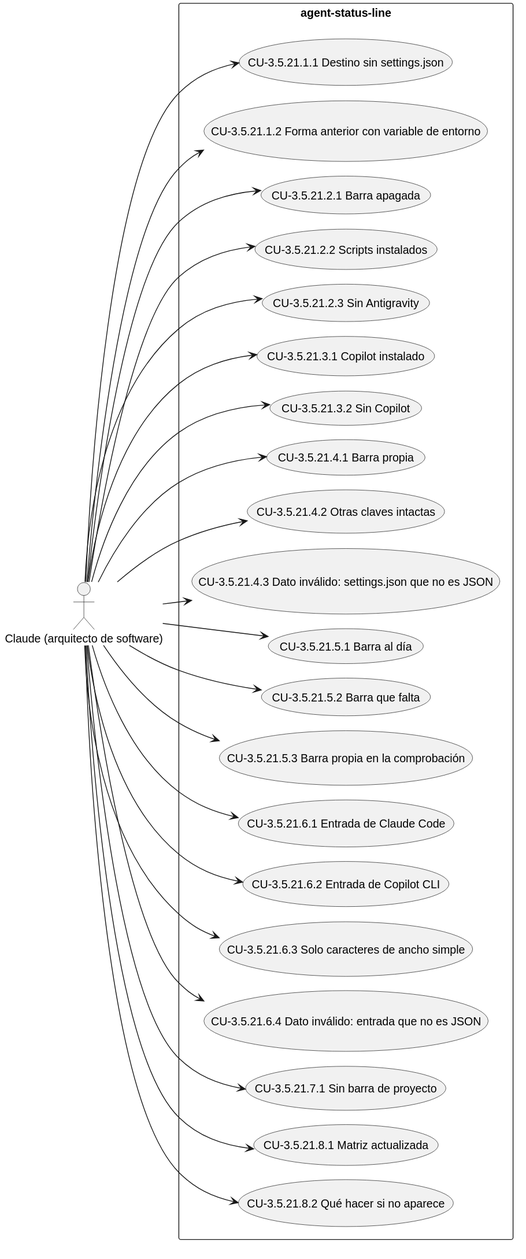
Earlier version of the PlantUML export docs/diagramas/CAP-3.5.21.svg (Lautaro-Montecchiani/sdd-global-config). Its diagram source:
```plantuml
@startuml
!pragma layout smetana
left to right direction
actor "Claude (arquitecto de software)" as A1
rectangle "agent-status-line" {
  usecase "CU-3.5.21.1.1 Destino sin settings.json" as UC_3_5_21_1_1
  usecase "CU-3.5.21.1.2 Forma anterior con variable de entorno" as UC_3_5_21_1_2
  usecase "CU-3.5.21.2.1 Barra apagada" as UC_3_5_21_2_1
  usecase "CU-3.5.21.2.2 Scripts instalados" as UC_3_5_21_2_2
  usecase "CU-3.5.21.2.3 Sin Antigravity" as UC_3_5_21_2_3
  usecase "CU-3.5.21.3.1 Copilot instalado" as UC_3_5_21_3_1
  usecase "CU-3.5.21.3.2 Sin Copilot" as UC_3_5_21_3_2
  usecase "CU-3.5.21.4.1 Barra propia" as UC_3_5_21_4_1
  usecase "CU-3.5.21.4.2 Otras claves intactas" as UC_3_5_21_4_2
  usecase "CU-3.5.21.4.3 Dato inválido: settings.json que no es JSON" as UC_3_5_21_4_3
  usecase "CU-3.5.21.5.1 Barra al día" as UC_3_5_21_5_1
  usecase "CU-3.5.21.5.2 Barra que falta" as UC_3_5_21_5_2
  usecase "CU-3.5.21.5.3 Barra propia en la comprobación" as UC_3_5_21_5_3
  usecase "CU-3.5.21.6.1 Entrada de Claude Code" as UC_3_5_21_6_1
  usecase "CU-3.5.21.6.2 Entrada de Copilot CLI" as UC_3_5_21_6_2
  usecase "CU-3.5.21.6.3 Solo caracteres de ancho simple" as UC_3_5_21_6_3
  usecase "CU-3.5.21.6.4 Dato inválido: entrada que no es JSON" as UC_3_5_21_6_4
  usecase "CU-3.5.21.7.1 Sin barra de proyecto" as UC_3_5_21_7_1
  usecase "CU-3.5.21.8.1 Matriz actualizada" as UC_3_5_21_8_1
  usecase "CU-3.5.21.8.2 Qué hacer si no aparece" as UC_3_5_21_8_2
}
A1 --> UC_3_5_21_1_1
A1 --> UC_3_5_21_1_2
A1 --> UC_3_5_21_2_1
A1 --> UC_3_5_21_2_2
A1 --> UC_3_5_21_2_3
A1 --> UC_3_5_21_3_1
A1 --> UC_3_5_21_3_2
A1 --> UC_3_5_21_4_1
A1 --> UC_3_5_21_4_2
A1 --> UC_3_5_21_4_3
A1 --> UC_3_5_21_5_1
A1 --> UC_3_5_21_5_2
A1 --> UC_3_5_21_5_3
A1 --> UC_3_5_21_6_1
A1 --> UC_3_5_21_6_2
A1 --> UC_3_5_21_6_3
A1 --> UC_3_5_21_6_4
A1 --> UC_3_5_21_7_1
A1 --> UC_3_5_21_8_1
A1 --> UC_3_5_21_8_2
@enduml
```
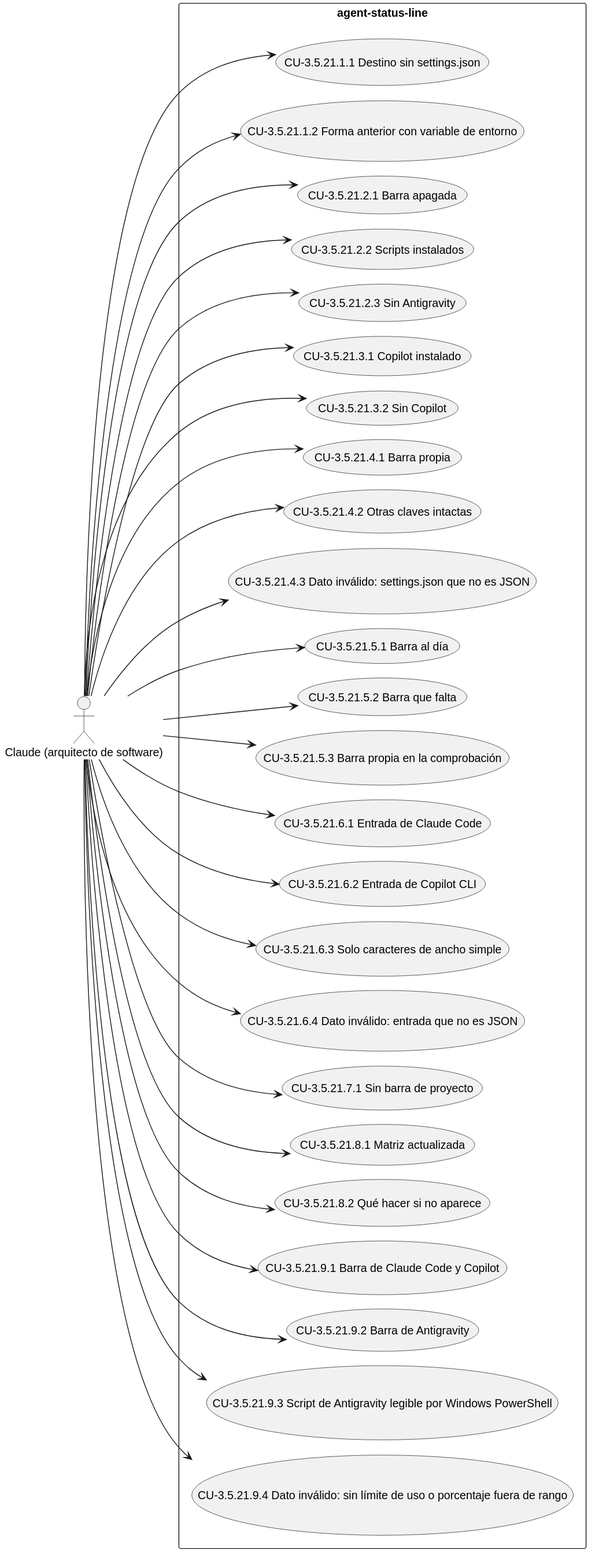
After the change.

Change to the diagram source:
```diff
@@ -23,6 +23,10 @@
   usecase "CU-3.5.21.7.1 Sin barra de proyecto" as UC_3_5_21_7_1
   usecase "CU-3.5.21.8.1 Matriz actualizada" as UC_3_5_21_8_1
   usecase "CU-3.5.21.8.2 Qué hacer si no aparece" as UC_3_5_21_8_2
+  usecase "CU-3.5.21.9.1 Barra de Claude Code y Copilot" as UC_3_5_21_9_1
+  usecase "CU-3.5.21.9.2 Barra de Antigravity" as UC_3_5_21_9_2
+  usecase "CU-3.5.21.9.3 Script de Antigravity legible por Windows PowerShell" as UC_3_5_21_9_3
+  usecase "CU-3.5.21.9.4 Dato inválido: sin límite de uso o porcentaje fuera de rango" as UC_3_5_21_9_4
 }
 A1 --> UC_3_5_21_1_1
 A1 --> UC_3_5_21_1_2
@@ -44,4 +48,8 @@
 A1 --> UC_3_5_21_7_1
 A1 --> UC_3_5_21_8_1
 A1 --> UC_3_5_21_8_2
+A1 --> UC_3_5_21_9_1
+A1 --> UC_3_5_21_9_2
+A1 --> UC_3_5_21_9_3
+A1 --> UC_3_5_21_9_4
 @enduml
```
